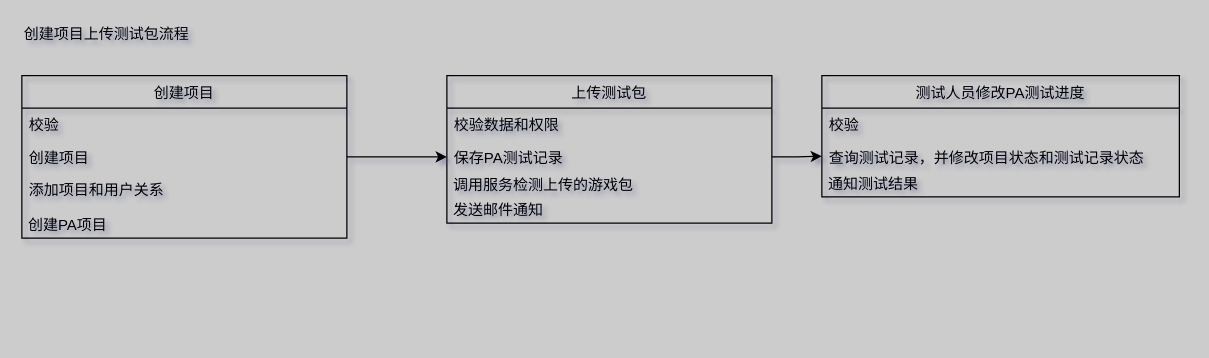
Above: Untitled Diagram.drawio in concurrentWang/SpringBoot-Labs (draw.io), before the change. Source tidied: cells renumbered, new cells numbered last; positions are measured from the earlier drawing's top-left corner, leaving out a move shared by most shapes. Both pictures are drawn from the tidied source at 125%, with x=0, y=0 at pixel (21, 21).
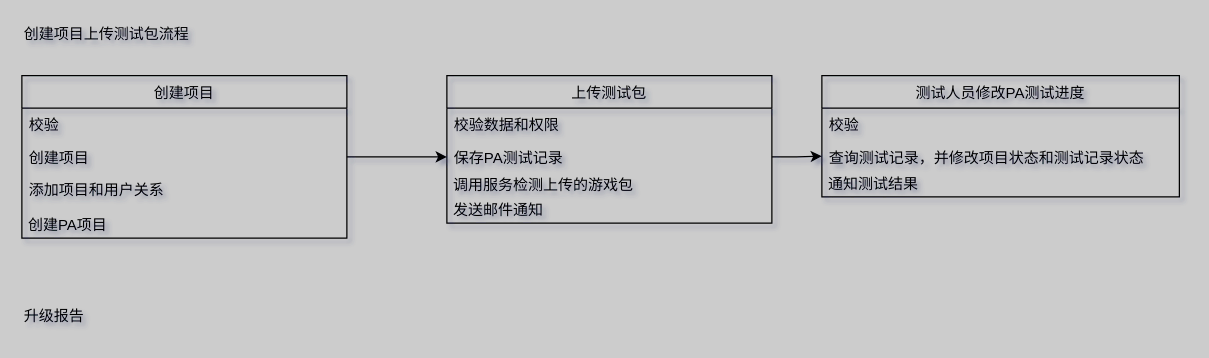
After the change.

Change to the diagram source:
```diff
@@
+    <mxCell id="19" value="升级报告" style="text;html=1;strokeColor=none;fillColor=none;align=left;verticalAlign=middle;whiteSpace=wrap;rounded=0;" parent="1" vertex="1">
+      <mxGeometry y="226" width="93" height="20" as="geometry" />
+    </mxCell>
```
